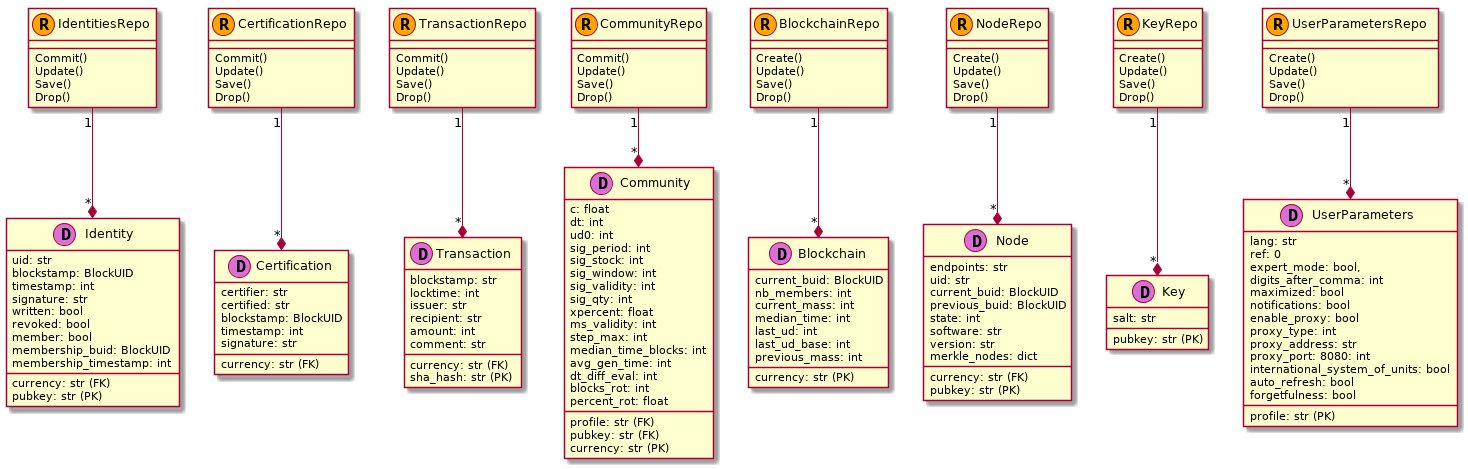
duniter/sakia keeps this PlantUML diagram as doc/uml/data.png. Above is the earlier version.
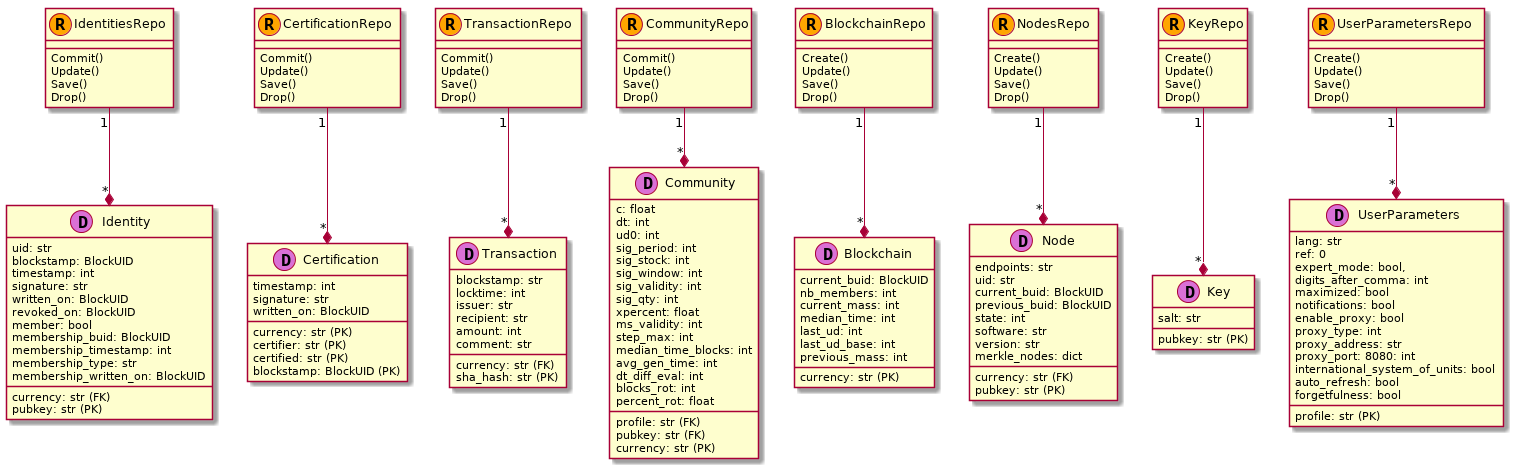
The same diagram one commit later.

Diff of the diagram source:
```diff
@@ -8,20 +8,23 @@
     blockstamp: BlockUID
     timestamp: int
     signature: str
-    written: bool
-    revoked: bool
+    written_on: BlockUID
+    revoked_on: BlockUID
     member: bool
     membership_buid: BlockUID
     membership_timestamp: int
+    membership_type: str
+    membership_written_on: BlockUID
 }
 
 class Certification << (D,orchid) >> {
-    currency: str (FK)
-    certifier: str
-    certified: str
-    blockstamp: BlockUID
+    currency: str (PK)
+    certifier: str (PK)
+    certified: str (PK)
+    blockstamp: BlockUID (PK)
     timestamp: int
     signature: str
+    written_on: BlockUID
 }
 
 class Transaction  << (D,orchid) >> {
@@ -119,7 +122,7 @@
 }
 
 
-class NodeRepo << (R,orange) >>   {
+class NodesRepo << (R,orange) >>   {
     Create()
     Update()
     Save()
@@ -167,7 +170,7 @@
 
 BlockchainRepo "1" --* "*" Blockchain
 
-NodeRepo "1" --* "*" Node
+NodesRepo "1" --* "*" Node
 
 KeyRepo "1" --* "*" Key
 
```
